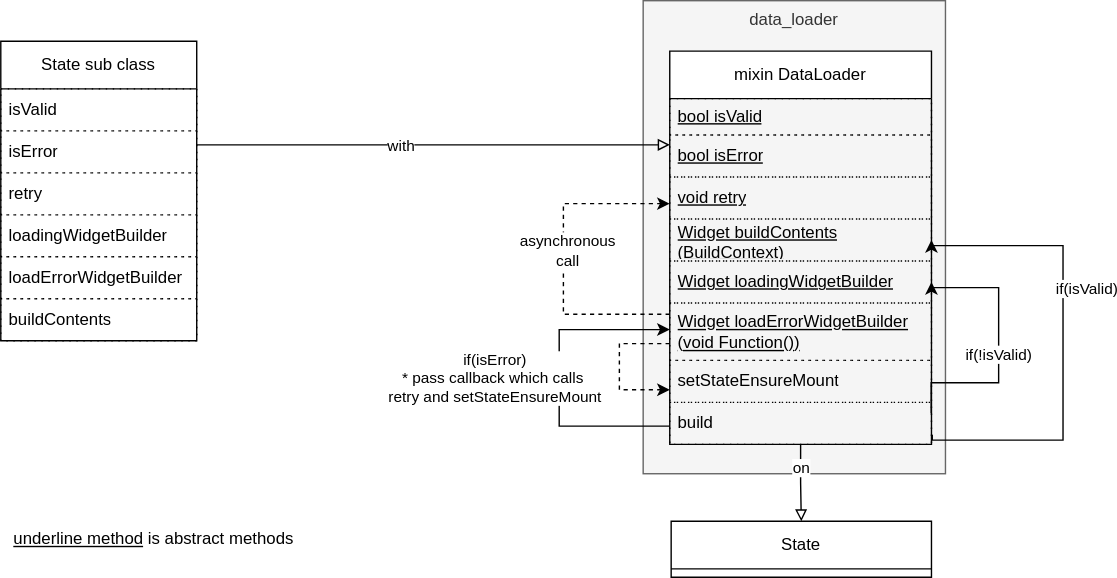
megur0/data_loader keeps this draw.io diagram as doc/svg/structure.drawio.svg. Above is the earlier version. Source tidied: cells renumbered, new cells last; positions are measured from the earlier drawing's top-left corner, leaving out a move shared by most shapes.
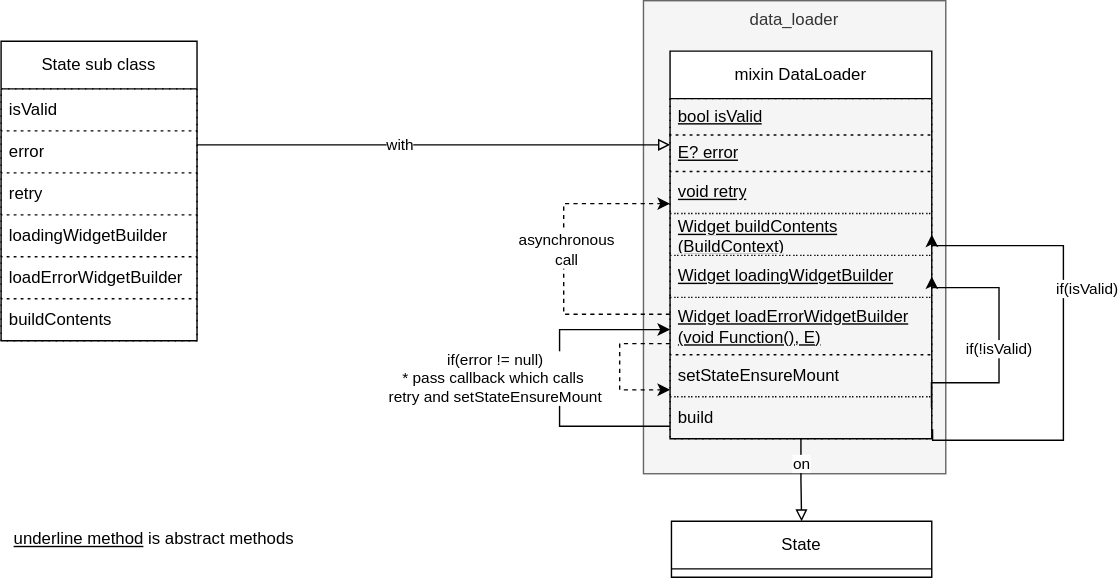
After the commit.

Commit message:
change: use generics for error

The edit, as a diff of the source:
```diff
@@ -6,25 +6,25 @@
       <mxGeometry x="459" width="216" height="338" as="geometry" />
     </mxCell>
     <mxCell id="3" value="mixin DataLoader" style="swimlane;fontStyle=0;horizontal=1;startSize=34;whiteSpace=wrap;html=1;" parent="1" vertex="1">
-      <mxGeometry x="478" y="36" width="187" height="281" as="geometry" />
+      <mxGeometry x="478" y="36" width="187" height="277" as="geometry" />
     </mxCell>
     <mxCell id="4" value="bool isValid" style="text;strokeColor=default;fillColor=none;align=left;verticalAlign=middle;spacingLeft=4;spacingRight=4;overflow=hidden;whiteSpace=wrap;html=1;fontStyle=4;dashed=1;dashPattern=1 4;" parent="3" vertex="1">
       <mxGeometry y="34" width="187" height="26" as="geometry" />
     </mxCell>
-    <mxCell id="5" value="bool isError" style="text;strokeColor=default;fillColor=none;align=left;verticalAlign=middle;spacingLeft=4;spacingRight=4;overflow=hidden;whiteSpace=wrap;html=1;fontStyle=4;dashed=1;dashPattern=1 4;" parent="3" vertex="1">
-      <mxGeometry y="60" width="187" height="30" as="geometry" />
+    <mxCell id="5" value="E? error" style="text;strokeColor=default;fillColor=none;align=left;verticalAlign=middle;spacingLeft=4;spacingRight=4;overflow=hidden;whiteSpace=wrap;html=1;fontStyle=4;dashed=1;dashPattern=1 4;" parent="3" vertex="1">
+      <mxGeometry y="60" width="187" height="26" as="geometry" />
     </mxCell>
     <mxCell id="6" value="void retry" style="text;strokeColor=default;fillColor=none;align=left;verticalAlign=middle;spacingLeft=4;spacingRight=4;overflow=hidden;points=[[0,0.5],[1,0.5]];portConstraint=eastwest;whiteSpace=wrap;html=1;fontStyle=4;dashed=1;dashPattern=1 4;" parent="3" vertex="1">
-      <mxGeometry y="90" width="187" height="30" as="geometry" />
+      <mxGeometry y="86" width="187" height="30" as="geometry" />
     </mxCell>
     <mxCell id="7" value="Widget buildContents&lt;div&gt;(BuildContext)&lt;/div&gt;" style="text;strokeColor=default;fillColor=none;align=left;verticalAlign=middle;spacingLeft=4;spacingRight=4;overflow=hidden;points=[[0,0.5],[1,0.5]];portConstraint=eastwest;whiteSpace=wrap;html=1;fontStyle=4;dashed=1;dashPattern=1 4;" parent="3" vertex="1">
-      <mxGeometry y="120" width="187" height="30" as="geometry" />
+      <mxGeometry y="116" width="187" height="30" as="geometry" />
     </mxCell>
     <mxCell id="8" value="Widget loadingWidgetBuilder" style="text;strokeColor=default;fillColor=none;align=left;verticalAlign=middle;spacingLeft=4;spacingRight=4;overflow=hidden;points=[[0,0.5],[1,0.5]];portConstraint=eastwest;whiteSpace=wrap;html=1;fontStyle=4;dashed=1;dashPattern=1 4;" parent="3" vertex="1">
-      <mxGeometry y="150" width="187" height="30" as="geometry" />
+      <mxGeometry y="146" width="187" height="30" as="geometry" />
     </mxCell>
-    <mxCell id="9" value="Widget loadErrorWidgetBuilder&lt;div&gt;(void Function())&lt;/div&gt;" style="text;strokeColor=default;fillColor=none;align=left;verticalAlign=middle;spacingLeft=4;spacingRight=4;overflow=hidden;points=[[0,0.5],[1,0.5]];portConstraint=eastwest;whiteSpace=wrap;html=1;fontStyle=4;dashed=1;dashPattern=1 4;" parent="3" vertex="1">
-      <mxGeometry y="180" width="187" height="41" as="geometry" />
+    <mxCell id="9" value="Widget loadErrorWidgetBuilder&lt;div&gt;(void Function(), E)&lt;/div&gt;" style="text;strokeColor=default;fillColor=none;align=left;verticalAlign=middle;spacingLeft=4;spacingRight=4;overflow=hidden;points=[[0,0.5],[1,0.5]];portConstraint=eastwest;whiteSpace=wrap;html=1;fontStyle=4;dashed=1;dashPattern=1 4;" parent="3" vertex="1">
+      <mxGeometry y="176" width="187" height="41" as="geometry" />
     </mxCell>
     <mxCell id="10" style="edgeStyle=orthogonalEdgeStyle;rounded=0;jettySize=auto;html=1;exitX=1.003;exitY=0.772;exitDx=0;exitDy=0;exitPerimeter=0;entryX=1;entryY=0.5;entryDx=0;entryDy=0;" parent="3" edge="1" source="13" target="7">
       <mxGeometry relative="1" as="geometry">
@@ -40,10 +40,10 @@
       </mxGeometry>
     </mxCell>
     <mxCell id="12" value="setStateEnsureMount" style="text;strokeColor=default;fillColor=none;align=left;verticalAlign=middle;spacingLeft=4;spacingRight=4;overflow=hidden;points=[[0,0.5],[1,0.5]];portConstraint=eastwest;whiteSpace=wrap;html=1;fontStyle=0;dashed=1;dashPattern=1 4;" parent="3" vertex="1">
-      <mxGeometry y="221" width="187" height="30" as="geometry" />
+      <mxGeometry y="217" width="187" height="30" as="geometry" />
     </mxCell>
     <mxCell id="13" value="build" style="text;strokeColor=default;fillColor=none;align=left;verticalAlign=middle;spacingLeft=4;spacingRight=4;overflow=hidden;points=[[0,0.5],[1,0.5]];portConstraint=eastwest;whiteSpace=wrap;html=1;fontStyle=0;dashed=1;dashPattern=1 4;" parent="3" vertex="1">
-      <mxGeometry y="251" width="187" height="30" as="geometry" />
+      <mxGeometry y="247" width="187" height="30" as="geometry" />
     </mxCell>
     <mxCell id="14" style="edgeStyle=orthogonalEdgeStyle;rounded=0;jettySize=auto;html=1;" parent="3" edge="1" source="13" target="9">
       <mxGeometry relative="1" as="geometry">
@@ -53,7 +53,7 @@
         </Array>
       </mxGeometry>
     </mxCell>
-    <mxCell id="15" value="if(isError)&lt;div&gt;* pass callback which calls&amp;nbsp;&lt;/div&gt;&lt;div&gt;retry and&amp;nbsp;setStateEnsureMount&lt;/div&gt;" style="edgeLabel;html=1;align=center;verticalAlign=middle;" parent="14" vertex="1">
+    <mxCell id="15" value="if(error != null)&lt;div&gt;* pass callback which calls&amp;nbsp;&lt;/div&gt;&lt;div&gt;retry and&amp;nbsp;setStateEnsureMount&lt;/div&gt;" style="edgeLabel;html=1;align=center;verticalAlign=middle;" parent="14" vertex="1">
       <mxGeometry x="-0.05" y="1" relative="1" as="geometry">
         <mxPoint x="-46" y="-6" as="offset" />
       </mxGeometry>
@@ -98,7 +98,7 @@
     <mxCell id="23" value="isValid" style="text;strokeColor=default;fillColor=none;align=left;verticalAlign=middle;spacingLeft=4;spacingRight=4;overflow=hidden;whiteSpace=wrap;html=1;fontStyle=0;dashed=1;dashPattern=1 4;" parent="22" vertex="1">
       <mxGeometry y="34" width="140" height="30" as="geometry" />
     </mxCell>
-    <mxCell id="24" value="isError" style="text;strokeColor=default;fillColor=none;align=left;verticalAlign=middle;spacingLeft=4;spacingRight=4;overflow=hidden;whiteSpace=wrap;html=1;fontStyle=0;dashed=1;dashPattern=1 4;" parent="22" vertex="1">
+    <mxCell id="24" value="error" style="text;strokeColor=default;fillColor=none;align=left;verticalAlign=middle;spacingLeft=4;spacingRight=4;overflow=hidden;whiteSpace=wrap;html=1;fontStyle=0;dashed=1;dashPattern=1 4;" parent="22" vertex="1">
       <mxGeometry y="64" width="140" height="30" as="geometry" />
     </mxCell>
     <mxCell id="25" value="retry" style="text;strokeColor=default;fillColor=none;align=left;verticalAlign=middle;spacingLeft=4;spacingRight=4;overflow=hidden;whiteSpace=wrap;html=1;fontStyle=0;dashed=1;dashPattern=1 4;" parent="22" vertex="1">
```
